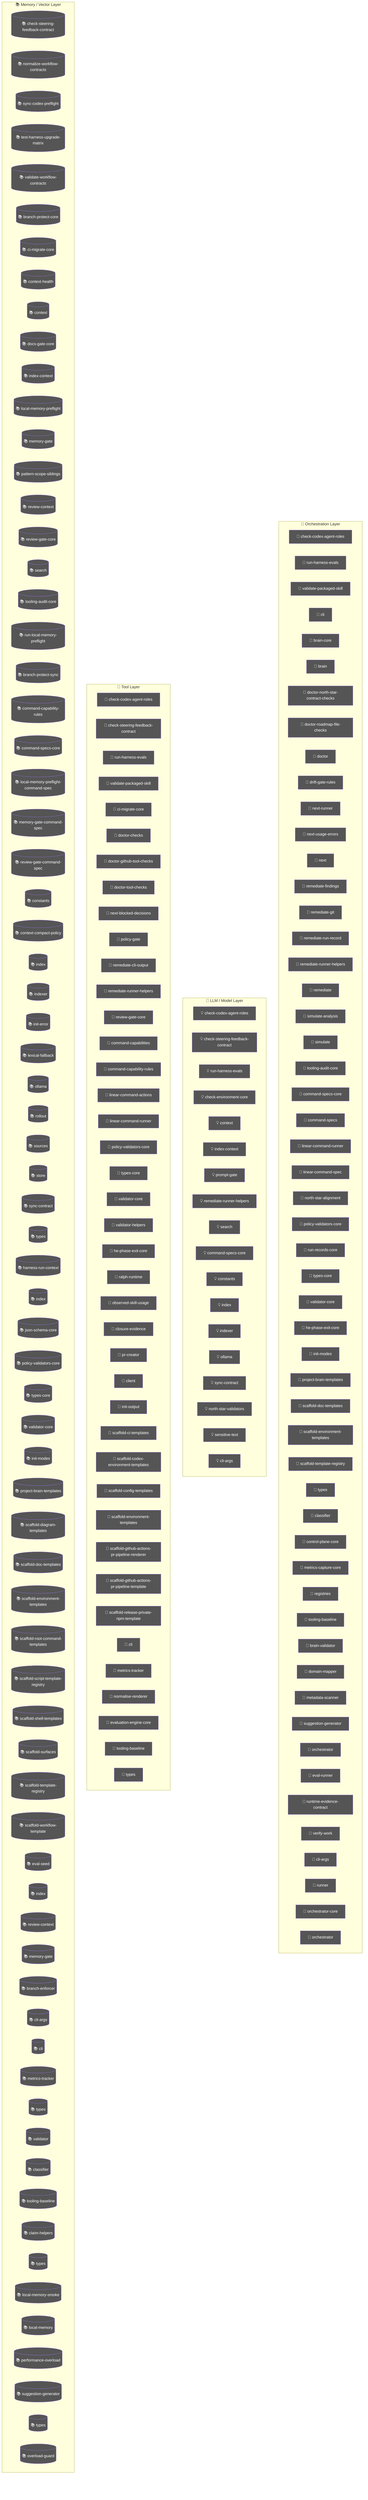
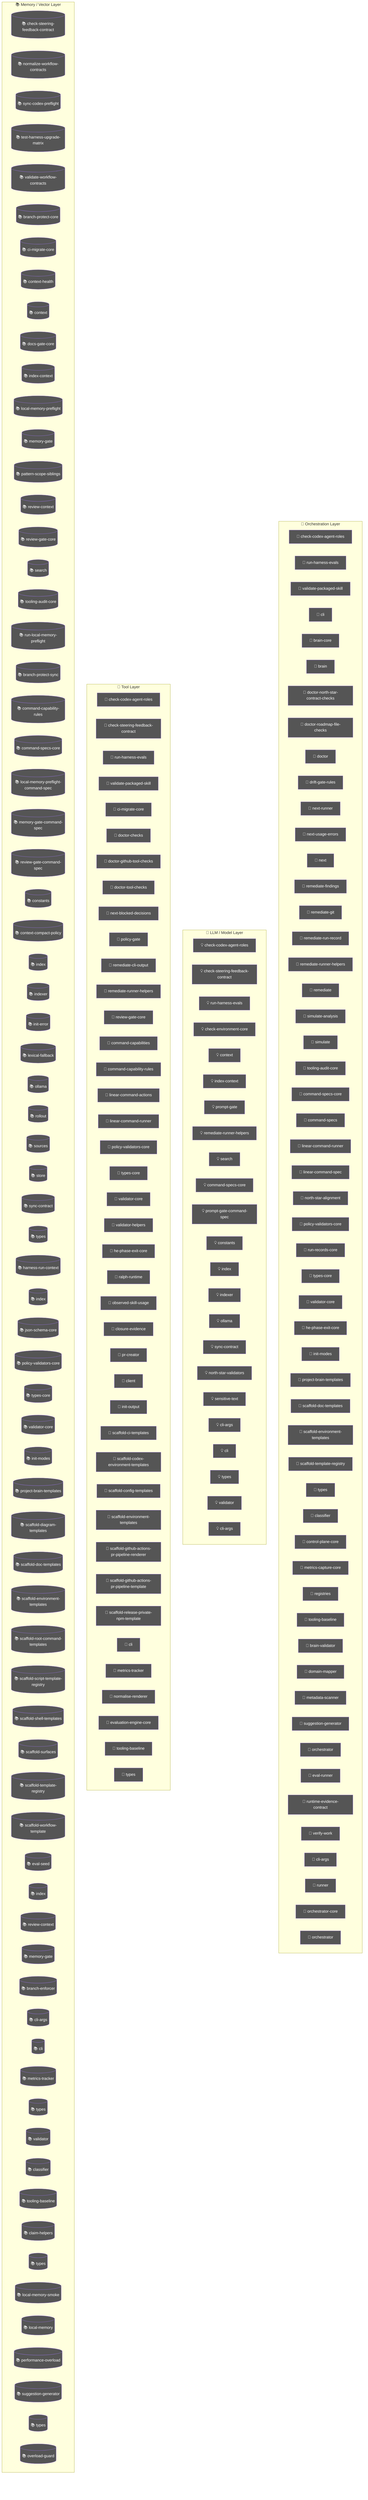
flowchart TD
  subgraph Orchestration["🎯 Orchestration Layer"]
    node_agent_mmd_orchestration_layer_orchestration_chec_7a9f0b64["🤖 check-codex-agent-roles"]
    node_agent_mmd_orchestration_layer_orchestration_run__18817957["🤖 run-harness-evals"]
    node_agent_mmd_orchestration_layer_orchestration_vali_c01b04be["🤖 validate-packaged-skill"]
    cli_99bb8840["🤖 cli"]
    brain_core_aa07c380["🤖 brain-core"]
    brain_bbbf7a64["🤖 brain"]
    doctor_north_star_contract_checks_0048124c["🤖 doctor-north-star-contract-checks"]
    doctor_roadmap_file_checks_14447b8e["🤖 doctor-roadmap-file-checks"]
    doctor_72f4be89["🤖 doctor"]
    drift_gate_rules_9685e72d["🤖 drift-gate-rules"]
    next_runner_41643472["🤖 next-runner"]
    next_usage_errors_837a345a["🤖 next-usage-errors"]
    next_c6c1c9a9["🤖 next"]
    remediate_findings_8b09c8c6["🤖 remediate-findings"]
    remediate_git_58c6f6f4["🤖 remediate-git"]
    remediate_run_record_9dfe5dc1["🤖 remediate-run-record"]
    node_agent_mmd_orchestration_layer_orchestration_reme_359fe98f["🤖 remediate-runner-helpers"]
    remediate_06b9c7fc["🤖 remediate"]
    simulate_analysis_164a460c["🤖 simulate-analysis"]
    simulate_b9efe395["🤖 simulate"]
    node_agent_mmd_orchestration_layer_orchestration_tool_acfe0c01["🤖 tooling-audit-core"]
    node_agent_mmd_orchestration_layer_orchestration_comm_1f8cc24c["🤖 command-specs-core"]
    command_specs_69167c63["🤖 command-specs"]
    node_agent_mmd_orchestration_layer_orchestration_line_b67affd5["🤖 linear-command-runner"]
    linear_command_spec_1e12dd44["🤖 linear-command-spec"]
    north_star_alignment_00440188["🤖 north-star-alignment"]
    node_agent_mmd_orchestration_layer_orchestration_poli_3270b55d["🤖 policy-validators-core"]
    run_records_core_89286dfa["🤖 run-records-core"]
    node_agent_mmd_orchestration_layer_orchestration_type_7cf81261["🤖 types-core"]
    node_agent_mmd_orchestration_layer_orchestration_vali_d9fe99e6["🤖 validator-core"]
    node_agent_mmd_orchestration_layer_orchestration_he_p_fc778c24["🤖 he-phase-exit-core"]
    node_agent_mmd_orchestration_layer_orchestration_init_2a9c3ecb["🤖 init-modes"]
    node_agent_mmd_orchestration_layer_orchestration_proj_6ab6f60f["🤖 project-brain-templates"]
    node_agent_mmd_orchestration_layer_orchestration_scaf_12cc07db["🤖 scaffold-doc-templates"]
    node_agent_mmd_orchestration_layer_orchestration_scaf_c9a90c2f["🤖 scaffold-environment-templates"]
    node_agent_mmd_orchestration_layer_orchestration_scaf_ff8f92f6["🤖 scaffold-template-registry"]
    types_9_1db4641f["🤖 types"]
    node_agent_mmd_orchestration_layer_orchestration_clas_899b821a["🤖 classifier"]
    control_plane_core_db3b4cb2["🤖 control-plane-core"]
    metrics_capture_core_db4bf7cf["🤖 metrics-capture-core"]
    registries_06402afa["🤖 registries"]
    node_agent_mmd_orchestration_layer_orchestration_tool_cc43149f["🤖 tooling-baseline"]
    brain_validator_be251832["🤖 brain-validator"]
    domain_mapper_cd9333d2["🤖 domain-mapper"]
    metadata_scanner_6a101b66["🤖 metadata-scanner"]
    node_agent_mmd_orchestration_layer_orchestration_sugg_85c5ebe3["🤖 suggestion-generator"]
    orchestrator_11376b7e["🤖 orchestrator"]
    eval_runner_0966a6b3["🤖 eval-runner"]
    runtime_evidence_contract_0f7b15b2["🤖 runtime-evidence-contract"]
    verify_work_1_cd8e7ec3["🤖 verify-work"]
-     cli_args_7_16dab031["🤖 cli-args"]
+     cli_args_8_d546936e["🤖 cli-args"]
    runner_527aa9f4["🤖 runner"]
    orchestrator_core_d0678b53["🤖 orchestrator-core"]
    orchestrator_1_6b7137c5["🤖 orchestrator"]
  end
  subgraph LLMLayer["🧠 LLM / Model Layer"]
    node_agent_mmd_llm_model_layer_llmlayer_check_codex_a_29e7b7fa["💡 check-codex-agent-roles"]
    node_agent_mmd_llm_model_layer_llmlayer_check_steerin_a7dbbd2f["💡 check-steering-feedback-contract"]
    node_agent_mmd_llm_model_layer_llmlayer_run_harness_e_603fcfdc["💡 run-harness-evals"]
    check_environment_core_2c16213f["💡 check-environment-core"]
    node_agent_mmd_llm_model_layer_llmlayer_context_conte_ad2dfbd9["💡 context"]
    node_agent_mmd_llm_model_layer_llmlayer_index_context_1041bd11["💡 index-context"]
    prompt_gate_c5e9d207["💡 prompt-gate"]
    node_agent_mmd_llm_model_layer_llmlayer_remediate_run_9e3d4585["💡 remediate-runner-helpers"]
    node_agent_mmd_llm_model_layer_llmlayer_search_search_66b9a911["💡 search"]
    node_agent_mmd_llm_model_layer_llmlayer_command_specs_782af9fa["💡 command-specs-core"]
+     prompt_gate_command_spec_9a941482["💡 prompt-gate-command-spec"]
    node_agent_mmd_llm_model_layer_llmlayer_constants_con_c9bd3f6c["💡 constants"]
    node_agent_mmd_llm_model_layer_llmlayer_index_index_1_02e160ff["💡 index"]
    node_agent_mmd_llm_model_layer_llmlayer_indexer_index_4f4deef5["💡 indexer"]
    node_agent_mmd_llm_model_layer_llmlayer_ollama_ollama_968b23fa["💡 ollama"]
    node_agent_mmd_llm_model_layer_llmlayer_sync_contract_9f3cc8c1["💡 sync-contract"]
    north_star_validators_cfc926ce["💡 north-star-validators"]
    sensitive_text_7c11f760["💡 sensitive-text"]
    cli_args_5_09ea29f0["💡 cli-args"]
+     cli_6_eac72be2["💡 cli"]
+     types_19_eb4ad5f0["💡 types"]
+     validator_6_3688adbf["💡 validator"]
+     cli_args_6_be6244ad["💡 cli-args"]
  end
  subgraph ToolLayer["🔧 Tool Layer"]
    node_agent_mmd_tool_layer_toollayer_check_codex_agent_4b361d5a["🔧 check-codex-agent-roles"]
    node_agent_mmd_tool_layer_toollayer_check_steering_fe_84ed22c2["🔧 check-steering-feedback-contract"]
    node_agent_mmd_tool_layer_toollayer_run_harness_evals_e2ee24f1["🔧 run-harness-evals"]
    node_agent_mmd_tool_layer_toollayer_validate_packaged_f6ed6f12["🔧 validate-packaged-skill"]
    node_agent_mmd_tool_layer_toollayer_ci_migrate_core_c_049f8460["🔧 ci-migrate-core"]
    doctor_checks_5a2eb2b9["🔧 doctor-checks"]
    doctor_github_tool_checks_a53b0382["🔧 doctor-github-tool-checks"]
    doctor_tool_checks_4acac51a["🔧 doctor-tool-checks"]
    next_blocked_decisions_4140ad2b["🔧 next-blocked-decisions"]
    policy_gate_213f7313["🔧 policy-gate"]
    remediate_cli_output_cc165396["🔧 remediate-cli-output"]
    node_agent_mmd_tool_layer_toollayer_remediate_runner__c003b871["🔧 remediate-runner-helpers"]
    node_agent_mmd_tool_layer_toollayer_review_gate_core__7704598b["🔧 review-gate-core"]
    command_capabilities_a4d5c71e["🔧 command-capabilities"]
    node_agent_mmd_tool_layer_toollayer_command_capabilit_e97a4615["🔧 command-capability-rules"]
    linear_command_actions_e430f4f4["🔧 linear-command-actions"]
    node_agent_mmd_tool_layer_toollayer_linear_command_ru_d6763748["🔧 linear-command-runner"]
    node_agent_mmd_tool_layer_toollayer_policy_validators_af136abf["🔧 policy-validators-core"]
    node_agent_mmd_tool_layer_toollayer_types_core_types__6c8319b6["🔧 types-core"]
    node_agent_mmd_tool_layer_toollayer_validator_core_va_6ef6131f["🔧 validator-core"]
    validator_helpers_7b927667["🔧 validator-helpers"]
    node_agent_mmd_tool_layer_toollayer_he_phase_exit_cor_af016160["🔧 he-phase-exit-core"]
    ralph_runtime_73d63c0e["🔧 ralph-runtime"]
    observed_skill_usage_ed7d5930["🔧 observed-skill-usage"]
    closure_evidence_aaa31467["🔧 closure-evidence"]
    pr_creator_dc6b1ea4["🔧 pr-creator"]
    client_948fe603["🔧 client"]
    init_output_360dce91["🔧 init-output"]
    scaffold_ci_templates_2afd6392["🔧 scaffold-ci-templates"]
    scaffold_codex_environment_templates_334fbbed["🔧 scaffold-codex-environment-templates"]
    scaffold_config_templates_4b80ce53["🔧 scaffold-config-templates"]
    node_agent_mmd_tool_layer_toollayer_scaffold_environm_c1afc013["🔧 scaffold-environment-templates"]
    scaffold_github_actions_pr_pipeline_renderer_1ee18de5["🔧 scaffold-github-actions-pr-pipeline-renderer"]
    scaffold_github_actions_pr_pipeline_template_e2b85f62["🔧 scaffold-github-actions-pr-pipeline-template"]
    scaffold_release_private_npm_template_075499f8["🔧 scaffold-release-private-npm-template"]
    node_agent_mmd_tool_layer_toollayer_cli_cli_2_1_32d9eeaf["🔧 cli"]
    node_agent_mmd_tool_layer_toollayer_metrics_tracker_m_4c9237d8["🔧 metrics-tracker"]
    normalise_renderer_85f2e563["🔧 normalise-renderer"]
    evaluation_engine_core_e054fe49["🔧 evaluation-engine-core"]
    node_agent_mmd_tool_layer_toollayer_tooling_baseline__61e66e9f["🔧 tooling-baseline"]
-     types_24_c63dc1a7["🔧 types"]
+     types_25_89d086aa["🔧 types"]
  end
  subgraph MemoryLayer["📚 Memory / Vector Layer"]
    node_agent_mmd_memory_vector_layer_memorylayer_check__d71f8993[("📚 check-steering-feedback-contract")]
    normalize_workflow_contracts_8701f1c8[("📚 normalize-workflow-contracts")]
    sync_codex_preflight_7e7a8dc2[("📚 sync-codex-preflight")]
    test_harness_upgrade_matrix_84113c4e[("📚 test-harness-upgrade-matrix")]
    validate_workflow_contracts_33dc063c[("📚 validate-workflow-contracts")]
    branch_protect_core_a8feb0fd[("📚 branch-protect-core")]
    node_agent_mmd_memory_vector_layer_memorylayer_ci_mig_0cd5b1a4[("📚 ci-migrate-core")]
    context_health_80bb7da9[("📚 context-health")]
    node_agent_mmd_memory_vector_layer_memorylayer_contex_78ceaaa9[("📚 context")]
    docs_gate_core_eb9b6c18[("📚 docs-gate-core")]
    node_agent_mmd_memory_vector_layer_memorylayer_index__6f3402d0[("📚 index-context")]
    local_memory_preflight_dcc36c42[("📚 local-memory-preflight")]
    memory_gate_a577a506[("📚 memory-gate")]
    pattern_scope_siblings_43abe000[("📚 pattern-scope-siblings")]
    review_context_ca6cf81d[("📚 review-context")]
    node_agent_mmd_memory_vector_layer_memorylayer_review_5bee9816[("📚 review-gate-core")]
    node_agent_mmd_memory_vector_layer_memorylayer_search_ac35cb7e[("📚 search")]
    node_agent_mmd_memory_vector_layer_memorylayer_toolin_a1185b8f[("📚 tooling-audit-core")]
    run_local_memory_preflight_36e92808[("📚 run-local-memory-preflight")]
    branch_protect_sync_570adb18[("📚 branch-protect-sync")]
    node_agent_mmd_memory_vector_layer_memorylayer_comman_c72a5d05[("📚 command-capability-rules")]
    node_agent_mmd_memory_vector_layer_memorylayer_comman_111eb454[("📚 command-specs-core")]
    local_memory_preflight_command_spec_9e23f3ce[("📚 local-memory-preflight-command-spec")]
    memory_gate_command_spec_dc9001a9[("📚 memory-gate-command-spec")]
    review_gate_command_spec_3187376a[("📚 review-gate-command-spec")]
    node_agent_mmd_memory_vector_layer_memorylayer_consta_702d3f46[("📚 constants")]
    context_compact_policy_3dcaf95d[("📚 context-compact-policy")]
    node_agent_mmd_memory_vector_layer_memorylayer_index__752bc61e[("📚 index")]
    node_agent_mmd_memory_vector_layer_memorylayer_indexe_93e6d86f[("📚 indexer")]
    init_error_5c7dd49f[("📚 init-error")]
    lexical_fallback_723e2b3e[("📚 lexical-fallback")]
    node_agent_mmd_memory_vector_layer_memorylayer_ollama_6d51be16[("📚 ollama")]
    rollout_a4fa034c[("📚 rollout")]
    sources_878a52fc[("📚 sources")]
    store_824d80d7[("📚 store")]
    node_agent_mmd_memory_vector_layer_memorylayer_sync_c_e43418bc[("📚 sync-contract")]
    types_4_822d0f88[("📚 types")]
    harness_run_context_ac7c77a9[("📚 harness-run-context")]
    index_1_faebc14e[("📚 index")]
    json_schema_core_96d7e328[("📚 json-schema-core")]
    node_agent_mmd_memory_vector_layer_memorylayer_policy_1944de42[("📚 policy-validators-core")]
    node_agent_mmd_memory_vector_layer_memorylayer_types__83f369fa[("📚 types-core")]
    node_agent_mmd_memory_vector_layer_memorylayer_valida_41034356[("📚 validator-core")]
    node_agent_mmd_memory_vector_layer_memorylayer_init_m_333d02c5[("📚 init-modes")]
    node_agent_mmd_memory_vector_layer_memorylayer_projec_3ae304d9[("📚 project-brain-templates")]
    scaffold_diagram_templates_dd88e83c[("📚 scaffold-diagram-templates")]
    node_agent_mmd_memory_vector_layer_memorylayer_scaffo_5fd73b94[("📚 scaffold-doc-templates")]
    node_agent_mmd_memory_vector_layer_memorylayer_scaffo_12b42341[("📚 scaffold-environment-templates")]
    scaffold_root_command_templates_404fed7f[("📚 scaffold-root-command-templates")]
    scaffold_script_template_registry_69312d4e[("📚 scaffold-script-template-registry")]
    scaffold_shell_templates_0ad0f915[("📚 scaffold-shell-templates")]
    scaffold_surfaces_12d6494e[("📚 scaffold-surfaces")]
    node_agent_mmd_memory_vector_layer_memorylayer_scaffo_a86eece1[("📚 scaffold-template-registry")]
    scaffold_workflow_template_92310587[("📚 scaffold-workflow-template")]
    eval_seed_5699fd3e[("📚 eval-seed")]
    index_4_013aa0e3[("📚 index")]
    review_context_1_e3afed15[("📚 review-context")]
    memory_gate_1_265164ac[("📚 memory-gate")]
    branch_enforcer_acb749cd[("📚 branch-enforcer")]
    cli_args_2_81c58cf7[("📚 cli-args")]
    node_agent_mmd_memory_vector_layer_memorylayer_cli_cl_1f1f89ab[("📚 cli")]
    node_agent_mmd_memory_vector_layer_memorylayer_metric_12562178[("📚 metrics-tracker")]
    types_11_4be3ee64[("📚 types")]
    validator_4_5180cf23[("📚 validator")]
    node_agent_mmd_memory_vector_layer_memorylayer_classi_1ebbf5ff[("📚 classifier")]
    node_agent_mmd_memory_vector_layer_memorylayer_toolin_14f86b00[("📚 tooling-baseline")]
    claim_helpers_20dc8387[("📚 claim-helpers")]
    types_16_0fae1112[("📚 types")]
    local_memory_smoke_1175abfc[("📚 local-memory-smoke")]
    local_memory_0db17ecc[("📚 local-memory")]
    performance_overload_c685bfcf[("📚 performance-overload")]
    node_agent_mmd_memory_vector_layer_memorylayer_sugges_267f408d[("📚 suggestion-generator")]
-     types_22_f3cf4a73[("📚 types")]
+     types_23_4352ee2e[("📚 types")]
    overload_guard_2748c559[("📚 overload-guard")]
  end
  classDef agentNode fill:#555,color:#fff
-   class node_agent_mmd_orchestration_layer_orchestration_chec_7a9f0b64,node_agent_mmd_llm_model_layer_llmlayer_check_codex_a_29e7b7fa,node_agent_mmd_tool_layer_toollayer_check_codex_agent_4b361d5a,node_agent_mmd_orchestration_layer_orchestration_run__18817957,node_agent_mmd_llm_model_layer_llmlayer_run_harness_e_603fcfdc,node_agent_mmd_tool_layer_toollayer_run_harness_evals_e2ee24f1,node_agent_mmd_orchestration_layer_orchestration_vali_c01b04be,node_agent_mmd_tool_layer_toollayer_validate_packaged_f6ed6f12,cli_99bb8840,brain_core_aa07c380,brain_bbbf7a64,doctor_north_star_contract_checks_0048124c,doctor_roadmap_file_checks_14447b8e,doctor_72f4be89,drift_gate_rules_9685e72d,next_runner_41643472,next_usage_errors_837a345a,next_c6c1c9a9,remediate_findings_8b09c8c6,remediate_git_58c6f6f4,remediate_run_record_9dfe5dc1,node_agent_mmd_orchestration_layer_orchestration_reme_359fe98f,node_agent_mmd_llm_model_layer_llmlayer_remediate_run_9e3d4585,node_agent_mmd_tool_layer_toollayer_remediate_runner__c003b871,remediate_06b9c7fc,simulate_analysis_164a460c,simulate_b9efe395,node_agent_mmd_orchestration_layer_orchestration_tool_acfe0c01,node_agent_mmd_memory_vector_layer_memorylayer_toolin_a1185b8f,node_agent_mmd_orchestration_layer_orchestration_comm_1f8cc24c,node_agent_mmd_llm_model_layer_llmlayer_command_specs_782af9fa,node_agent_mmd_memory_vector_layer_memorylayer_comman_111eb454,command_specs_69167c63,node_agent_mmd_orchestration_layer_orchestration_line_b67affd5,node_agent_mmd_tool_layer_toollayer_linear_command_ru_d6763748,linear_command_spec_1e12dd44,north_star_alignment_00440188,node_agent_mmd_orchestration_layer_orchestration_poli_3270b55d,node_agent_mmd_tool_layer_toollayer_policy_validators_af136abf,node_agent_mmd_memory_vector_layer_memorylayer_policy_1944de42,run_records_core_89286dfa,node_agent_mmd_orchestration_layer_orchestration_type_7cf81261,node_agent_mmd_tool_layer_toollayer_types_core_types__6c8319b6,node_agent_mmd_memory_vector_layer_memorylayer_types__83f369fa,node_agent_mmd_orchestration_layer_orchestration_vali_d9fe99e6,node_agent_mmd_tool_layer_toollayer_validator_core_va_6ef6131f,node_agent_mmd_memory_vector_layer_memorylayer_valida_41034356,node_agent_mmd_orchestration_layer_orchestration_he_p_fc778c24,node_agent_mmd_tool_layer_toollayer_he_phase_exit_cor_af016160,node_agent_mmd_orchestration_layer_orchestration_init_2a9c3ecb,node_agent_mmd_memory_vector_layer_memorylayer_init_m_333d02c5,node_agent_mmd_orchestration_layer_orchestration_proj_6ab6f60f,node_agent_mmd_memory_vector_layer_memorylayer_projec_3ae304d9,node_agent_mmd_orchestration_layer_orchestration_scaf_12cc07db,node_agent_mmd_memory_vector_layer_memorylayer_scaffo_5fd73b94,node_agent_mmd_orchestration_layer_orchestration_scaf_c9a90c2f,node_agent_mmd_tool_layer_toollayer_scaffold_environm_c1afc013,node_agent_mmd_memory_vector_layer_memorylayer_scaffo_12b42341,node_agent_mmd_orchestration_layer_orchestration_scaf_ff8f92f6,node_agent_mmd_memory_vector_layer_memorylayer_scaffo_a86eece1,types_9_1db4641f,node_agent_mmd_orchestration_layer_orchestration_clas_899b821a,node_agent_mmd_memory_vector_layer_memorylayer_classi_1ebbf5ff,control_plane_core_db3b4cb2,metrics_capture_core_db4bf7cf,registries_06402afa,node_agent_mmd_orchestration_layer_orchestration_tool_cc43149f,node_agent_mmd_tool_layer_toollayer_tooling_baseline__61e66e9f,node_agent_mmd_memory_vector_layer_memorylayer_toolin_14f86b00,brain_validator_be251832,domain_mapper_cd9333d2,metadata_scanner_6a101b66,node_agent_mmd_orchestration_layer_orchestration_sugg_85c5ebe3,node_agent_mmd_memory_vector_layer_memorylayer_sugges_267f408d,orchestrator_11376b7e,eval_runner_0966a6b3,runtime_evidence_contract_0f7b15b2,verify_work_1_cd8e7ec3,cli_args_7_16dab031,runner_527aa9f4,orchestrator_core_d0678b53,orchestrator_1_6b7137c5 agentNode
+   class node_agent_mmd_orchestration_layer_orchestration_chec_7a9f0b64,node_agent_mmd_llm_model_layer_llmlayer_check_codex_a_29e7b7fa,node_agent_mmd_tool_layer_toollayer_check_codex_agent_4b361d5a,node_agent_mmd_orchestration_layer_orchestration_run__18817957,node_agent_mmd_llm_model_layer_llmlayer_run_harness_e_603fcfdc,node_agent_mmd_tool_layer_toollayer_run_harness_evals_e2ee24f1,node_agent_mmd_orchestration_layer_orchestration_vali_c01b04be,node_agent_mmd_tool_layer_toollayer_validate_packaged_f6ed6f12,cli_99bb8840,brain_core_aa07c380,brain_bbbf7a64,doctor_north_star_contract_checks_0048124c,doctor_roadmap_file_checks_14447b8e,doctor_72f4be89,drift_gate_rules_9685e72d,next_runner_41643472,next_usage_errors_837a345a,next_c6c1c9a9,remediate_findings_8b09c8c6,remediate_git_58c6f6f4,remediate_run_record_9dfe5dc1,node_agent_mmd_orchestration_layer_orchestration_reme_359fe98f,node_agent_mmd_llm_model_layer_llmlayer_remediate_run_9e3d4585,node_agent_mmd_tool_layer_toollayer_remediate_runner__c003b871,remediate_06b9c7fc,simulate_analysis_164a460c,simulate_b9efe395,node_agent_mmd_orchestration_layer_orchestration_tool_acfe0c01,node_agent_mmd_memory_vector_layer_memorylayer_toolin_a1185b8f,node_agent_mmd_orchestration_layer_orchestration_comm_1f8cc24c,node_agent_mmd_llm_model_layer_llmlayer_command_specs_782af9fa,node_agent_mmd_memory_vector_layer_memorylayer_comman_111eb454,command_specs_69167c63,node_agent_mmd_orchestration_layer_orchestration_line_b67affd5,node_agent_mmd_tool_layer_toollayer_linear_command_ru_d6763748,linear_command_spec_1e12dd44,north_star_alignment_00440188,node_agent_mmd_orchestration_layer_orchestration_poli_3270b55d,node_agent_mmd_tool_layer_toollayer_policy_validators_af136abf,node_agent_mmd_memory_vector_layer_memorylayer_policy_1944de42,run_records_core_89286dfa,node_agent_mmd_orchestration_layer_orchestration_type_7cf81261,node_agent_mmd_tool_layer_toollayer_types_core_types__6c8319b6,node_agent_mmd_memory_vector_layer_memorylayer_types__83f369fa,node_agent_mmd_orchestration_layer_orchestration_vali_d9fe99e6,node_agent_mmd_tool_layer_toollayer_validator_core_va_6ef6131f,node_agent_mmd_memory_vector_layer_memorylayer_valida_41034356,node_agent_mmd_orchestration_layer_orchestration_he_p_fc778c24,node_agent_mmd_tool_layer_toollayer_he_phase_exit_cor_af016160,node_agent_mmd_orchestration_layer_orchestration_init_2a9c3ecb,node_agent_mmd_memory_vector_layer_memorylayer_init_m_333d02c5,node_agent_mmd_orchestration_layer_orchestration_proj_6ab6f60f,node_agent_mmd_memory_vector_layer_memorylayer_projec_3ae304d9,node_agent_mmd_orchestration_layer_orchestration_scaf_12cc07db,node_agent_mmd_memory_vector_layer_memorylayer_scaffo_5fd73b94,node_agent_mmd_orchestration_layer_orchestration_scaf_c9a90c2f,node_agent_mmd_tool_layer_toollayer_scaffold_environm_c1afc013,node_agent_mmd_memory_vector_layer_memorylayer_scaffo_12b42341,node_agent_mmd_orchestration_layer_orchestration_scaf_ff8f92f6,node_agent_mmd_memory_vector_layer_memorylayer_scaffo_a86eece1,types_9_1db4641f,node_agent_mmd_orchestration_layer_orchestration_clas_899b821a,node_agent_mmd_memory_vector_layer_memorylayer_classi_1ebbf5ff,control_plane_core_db3b4cb2,metrics_capture_core_db4bf7cf,registries_06402afa,node_agent_mmd_orchestration_layer_orchestration_tool_cc43149f,node_agent_mmd_tool_layer_toollayer_tooling_baseline__61e66e9f,node_agent_mmd_memory_vector_layer_memorylayer_toolin_14f86b00,brain_validator_be251832,domain_mapper_cd9333d2,metadata_scanner_6a101b66,node_agent_mmd_orchestration_layer_orchestration_sugg_85c5ebe3,node_agent_mmd_memory_vector_layer_memorylayer_sugges_267f408d,orchestrator_11376b7e,eval_runner_0966a6b3,runtime_evidence_contract_0f7b15b2,verify_work_1_cd8e7ec3,cli_args_8_d546936e,runner_527aa9f4,orchestrator_core_d0678b53,orchestrator_1_6b7137c5 agentNode
  classDef llmNode fill:#555,color:#fff
-   class node_agent_mmd_orchestration_layer_orchestration_chec_7a9f0b64,node_agent_mmd_llm_model_layer_llmlayer_check_codex_a_29e7b7fa,node_agent_mmd_tool_layer_toollayer_check_codex_agent_4b361d5a,node_agent_mmd_llm_model_layer_llmlayer_check_steerin_a7dbbd2f,node_agent_mmd_tool_layer_toollayer_check_steering_fe_84ed22c2,node_agent_mmd_memory_vector_layer_memorylayer_check__d71f8993,node_agent_mmd_orchestration_layer_orchestration_run__18817957,node_agent_mmd_llm_model_layer_llmlayer_run_harness_e_603fcfdc,node_agent_mmd_tool_layer_toollayer_run_harness_evals_e2ee24f1,check_environment_core_2c16213f,node_agent_mmd_llm_model_layer_llmlayer_context_conte_ad2dfbd9,node_agent_mmd_memory_vector_layer_memorylayer_contex_78ceaaa9,node_agent_mmd_llm_model_layer_llmlayer_index_context_1041bd11,node_agent_mmd_memory_vector_layer_memorylayer_index__6f3402d0,prompt_gate_c5e9d207,node_agent_mmd_orchestration_layer_orchestration_reme_359fe98f,node_agent_mmd_llm_model_layer_llmlayer_remediate_run_9e3d4585,node_agent_mmd_tool_layer_toollayer_remediate_runner__c003b871,node_agent_mmd_llm_model_layer_llmlayer_search_search_66b9a911,node_agent_mmd_memory_vector_layer_memorylayer_search_ac35cb7e,node_agent_mmd_orchestration_layer_orchestration_comm_1f8cc24c,node_agent_mmd_llm_model_layer_llmlayer_command_specs_782af9fa,node_agent_mmd_memory_vector_layer_memorylayer_comman_111eb454,node_agent_mmd_llm_model_layer_llmlayer_constants_con_c9bd3f6c,node_agent_mmd_memory_vector_layer_memorylayer_consta_702d3f46,node_agent_mmd_llm_model_layer_llmlayer_index_index_1_02e160ff,node_agent_mmd_memory_vector_layer_memorylayer_index__752bc61e,node_agent_mmd_llm_model_layer_llmlayer_indexer_index_4f4deef5,node_agent_mmd_memory_vector_layer_memorylayer_indexe_93e6d86f,node_agent_mmd_llm_model_layer_llmlayer_ollama_ollama_968b23fa,node_agent_mmd_memory_vector_layer_memorylayer_ollama_6d51be16,node_agent_mmd_llm_model_layer_llmlayer_sync_contract_9f3cc8c1,node_agent_mmd_memory_vector_layer_memorylayer_sync_c_e43418bc,north_star_validators_cfc926ce,sensitive_text_7c11f760,cli_args_5_09ea29f0 llmNode
+   class node_agent_mmd_orchestration_layer_orchestration_chec_7a9f0b64,node_agent_mmd_llm_model_layer_llmlayer_check_codex_a_29e7b7fa,node_agent_mmd_tool_layer_toollayer_check_codex_agent_4b361d5a,node_agent_mmd_llm_model_layer_llmlayer_check_steerin_a7dbbd2f,node_agent_mmd_tool_layer_toollayer_check_steering_fe_84ed22c2,node_agent_mmd_memory_vector_layer_memorylayer_check__d71f8993,node_agent_mmd_orchestration_layer_orchestration_run__18817957,node_agent_mmd_llm_model_layer_llmlayer_run_harness_e_603fcfdc,node_agent_mmd_tool_layer_toollayer_run_harness_evals_e2ee24f1,check_environment_core_2c16213f,node_agent_mmd_llm_model_layer_llmlayer_context_conte_ad2dfbd9,node_agent_mmd_memory_vector_layer_memorylayer_contex_78ceaaa9,node_agent_mmd_llm_model_layer_llmlayer_index_context_1041bd11,node_agent_mmd_memory_vector_layer_memorylayer_index__6f3402d0,prompt_gate_c5e9d207,node_agent_mmd_orchestration_layer_orchestration_reme_359fe98f,node_agent_mmd_llm_model_layer_llmlayer_remediate_run_9e3d4585,node_agent_mmd_tool_layer_toollayer_remediate_runner__c003b871,node_agent_mmd_llm_model_layer_llmlayer_search_search_66b9a911,node_agent_mmd_memory_vector_layer_memorylayer_search_ac35cb7e,node_agent_mmd_orchestration_layer_orchestration_comm_1f8cc24c,node_agent_mmd_llm_model_layer_llmlayer_command_specs_782af9fa,node_agent_mmd_memory_vector_layer_memorylayer_comman_111eb454,prompt_gate_command_spec_9a941482,node_agent_mmd_llm_model_layer_llmlayer_constants_con_c9bd3f6c,node_agent_mmd_memory_vector_layer_memorylayer_consta_702d3f46,node_agent_mmd_llm_model_layer_llmlayer_index_index_1_02e160ff,node_agent_mmd_memory_vector_layer_memorylayer_index__752bc61e,node_agent_mmd_llm_model_layer_llmlayer_indexer_index_4f4deef5,node_agent_mmd_memory_vector_layer_memorylayer_indexe_93e6d86f,node_agent_mmd_llm_model_layer_llmlayer_ollama_ollama_968b23fa,node_agent_mmd_memory_vector_layer_memorylayer_ollama_6d51be16,node_agent_mmd_llm_model_layer_llmlayer_sync_contract_9f3cc8c1,node_agent_mmd_memory_vector_layer_memorylayer_sync_c_e43418bc,north_star_validators_cfc926ce,sensitive_text_7c11f760,cli_args_5_09ea29f0,cli_6_eac72be2,types_19_eb4ad5f0,validator_6_3688adbf,cli_args_6_be6244ad llmNode
  classDef toolNode fill:#555,color:#fff
-   class node_agent_mmd_orchestration_layer_orchestration_chec_7a9f0b64,node_agent_mmd_llm_model_layer_llmlayer_check_codex_a_29e7b7fa,node_agent_mmd_tool_layer_toollayer_check_codex_agent_4b361d5a,node_agent_mmd_llm_model_layer_llmlayer_check_steerin_a7dbbd2f,node_agent_mmd_tool_layer_toollayer_check_steering_fe_84ed22c2,node_agent_mmd_memory_vector_layer_memorylayer_check__d71f8993,node_agent_mmd_orchestration_layer_orchestration_run__18817957,node_agent_mmd_llm_model_layer_llmlayer_run_harness_e_603fcfdc,node_agent_mmd_tool_layer_toollayer_run_harness_evals_e2ee24f1,node_agent_mmd_orchestration_layer_orchestration_vali_c01b04be,node_agent_mmd_tool_layer_toollayer_validate_packaged_f6ed6f12,node_agent_mmd_tool_layer_toollayer_ci_migrate_core_c_049f8460,node_agent_mmd_memory_vector_layer_memorylayer_ci_mig_0cd5b1a4,doctor_checks_5a2eb2b9,doctor_github_tool_checks_a53b0382,doctor_tool_checks_4acac51a,next_blocked_decisions_4140ad2b,policy_gate_213f7313,remediate_cli_output_cc165396,node_agent_mmd_orchestration_layer_orchestration_reme_359fe98f,node_agent_mmd_llm_model_layer_llmlayer_remediate_run_9e3d4585,node_agent_mmd_tool_layer_toollayer_remediate_runner__c003b871,node_agent_mmd_tool_layer_toollayer_review_gate_core__7704598b,node_agent_mmd_memory_vector_layer_memorylayer_review_5bee9816,command_capabilities_a4d5c71e,node_agent_mmd_tool_layer_toollayer_command_capabilit_e97a4615,node_agent_mmd_memory_vector_layer_memorylayer_comman_c72a5d05,linear_command_actions_e430f4f4,node_agent_mmd_orchestration_layer_orchestration_line_b67affd5,node_agent_mmd_tool_layer_toollayer_linear_command_ru_d6763748,node_agent_mmd_orchestration_layer_orchestration_poli_3270b55d,node_agent_mmd_tool_layer_toollayer_policy_validators_af136abf,node_agent_mmd_memory_vector_layer_memorylayer_policy_1944de42,node_agent_mmd_orchestration_layer_orchestration_type_7cf81261,node_agent_mmd_tool_layer_toollayer_types_core_types__6c8319b6,node_agent_mmd_memory_vector_layer_memorylayer_types__83f369fa,node_agent_mmd_orchestration_layer_orchestration_vali_d9fe99e6,node_agent_mmd_tool_layer_toollayer_validator_core_va_6ef6131f,node_agent_mmd_memory_vector_layer_memorylayer_valida_41034356,validator_helpers_7b927667,node_agent_mmd_orchestration_layer_orchestration_he_p_fc778c24,node_agent_mmd_tool_layer_toollayer_he_phase_exit_cor_af016160,ralph_runtime_73d63c0e,observed_skill_usage_ed7d5930,closure_evidence_aaa31467,pr_creator_dc6b1ea4,client_948fe603,init_output_360dce91,scaffold_ci_templates_2afd6392,scaffold_codex_environment_templates_334fbbed,scaffold_config_templates_4b80ce53,node_agent_mmd_orchestration_layer_orchestration_scaf_c9a90c2f,node_agent_mmd_tool_layer_toollayer_scaffold_environm_c1afc013,node_agent_mmd_memory_vector_layer_memorylayer_scaffo_12b42341,scaffold_github_actions_pr_pipeline_renderer_1ee18de5,scaffold_github_actions_pr_pipeline_template_e2b85f62,scaffold_release_private_npm_template_075499f8,node_agent_mmd_tool_layer_toollayer_cli_cli_2_1_32d9eeaf,node_agent_mmd_memory_vector_layer_memorylayer_cli_cl_1f1f89ab,node_agent_mmd_tool_layer_toollayer_metrics_tracker_m_4c9237d8,node_agent_mmd_memory_vector_layer_memorylayer_metric_12562178,normalise_renderer_85f2e563,evaluation_engine_core_e054fe49,node_agent_mmd_orchestration_layer_orchestration_tool_cc43149f,node_agent_mmd_tool_layer_toollayer_tooling_baseline__61e66e9f,node_agent_mmd_memory_vector_layer_memorylayer_toolin_14f86b00,types_24_c63dc1a7 toolNode
+   class node_agent_mmd_orchestration_layer_orchestration_chec_7a9f0b64,node_agent_mmd_llm_model_layer_llmlayer_check_codex_a_29e7b7fa,node_agent_mmd_tool_layer_toollayer_check_codex_agent_4b361d5a,node_agent_mmd_llm_model_layer_llmlayer_check_steerin_a7dbbd2f,node_agent_mmd_tool_layer_toollayer_check_steering_fe_84ed22c2,node_agent_mmd_memory_vector_layer_memorylayer_check__d71f8993,node_agent_mmd_orchestration_layer_orchestration_run__18817957,node_agent_mmd_llm_model_layer_llmlayer_run_harness_e_603fcfdc,node_agent_mmd_tool_layer_toollayer_run_harness_evals_e2ee24f1,node_agent_mmd_orchestration_layer_orchestration_vali_c01b04be,node_agent_mmd_tool_layer_toollayer_validate_packaged_f6ed6f12,node_agent_mmd_tool_layer_toollayer_ci_migrate_core_c_049f8460,node_agent_mmd_memory_vector_layer_memorylayer_ci_mig_0cd5b1a4,doctor_checks_5a2eb2b9,doctor_github_tool_checks_a53b0382,doctor_tool_checks_4acac51a,next_blocked_decisions_4140ad2b,policy_gate_213f7313,remediate_cli_output_cc165396,node_agent_mmd_orchestration_layer_orchestration_reme_359fe98f,node_agent_mmd_llm_model_layer_llmlayer_remediate_run_9e3d4585,node_agent_mmd_tool_layer_toollayer_remediate_runner__c003b871,node_agent_mmd_tool_layer_toollayer_review_gate_core__7704598b,node_agent_mmd_memory_vector_layer_memorylayer_review_5bee9816,command_capabilities_a4d5c71e,node_agent_mmd_tool_layer_toollayer_command_capabilit_e97a4615,node_agent_mmd_memory_vector_layer_memorylayer_comman_c72a5d05,linear_command_actions_e430f4f4,node_agent_mmd_orchestration_layer_orchestration_line_b67affd5,node_agent_mmd_tool_layer_toollayer_linear_command_ru_d6763748,node_agent_mmd_orchestration_layer_orchestration_poli_3270b55d,node_agent_mmd_tool_layer_toollayer_policy_validators_af136abf,node_agent_mmd_memory_vector_layer_memorylayer_policy_1944de42,node_agent_mmd_orchestration_layer_orchestration_type_7cf81261,node_agent_mmd_tool_layer_toollayer_types_core_types__6c8319b6,node_agent_mmd_memory_vector_layer_memorylayer_types__83f369fa,node_agent_mmd_orchestration_layer_orchestration_vali_d9fe99e6,node_agent_mmd_tool_layer_toollayer_validator_core_va_6ef6131f,node_agent_mmd_memory_vector_layer_memorylayer_valida_41034356,validator_helpers_7b927667,node_agent_mmd_orchestration_layer_orchestration_he_p_fc778c24,node_agent_mmd_tool_layer_toollayer_he_phase_exit_cor_af016160,ralph_runtime_73d63c0e,observed_skill_usage_ed7d5930,closure_evidence_aaa31467,pr_creator_dc6b1ea4,client_948fe603,init_output_360dce91,scaffold_ci_templates_2afd6392,scaffold_codex_environment_templates_334fbbed,scaffold_config_templates_4b80ce53,node_agent_mmd_orchestration_layer_orchestration_scaf_c9a90c2f,node_agent_mmd_tool_layer_toollayer_scaffold_environm_c1afc013,node_agent_mmd_memory_vector_layer_memorylayer_scaffo_12b42341,scaffold_github_actions_pr_pipeline_renderer_1ee18de5,scaffold_github_actions_pr_pipeline_template_e2b85f62,scaffold_release_private_npm_template_075499f8,node_agent_mmd_tool_layer_toollayer_cli_cli_2_1_32d9eeaf,node_agent_mmd_memory_vector_layer_memorylayer_cli_cl_1f1f89ab,node_agent_mmd_tool_layer_toollayer_metrics_tracker_m_4c9237d8,node_agent_mmd_memory_vector_layer_memorylayer_metric_12562178,normalise_renderer_85f2e563,evaluation_engine_core_e054fe49,node_agent_mmd_orchestration_layer_orchestration_tool_cc43149f,node_agent_mmd_tool_layer_toollayer_tooling_baseline__61e66e9f,node_agent_mmd_memory_vector_layer_memorylayer_toolin_14f86b00,types_25_89d086aa toolNode
  classDef memNode fill:#555,color:#fff
-   class node_agent_mmd_llm_model_layer_llmlayer_check_steerin_a7dbbd2f,node_agent_mmd_tool_layer_toollayer_check_steering_fe_84ed22c2,node_agent_mmd_memory_vector_layer_memorylayer_check__d71f8993,normalize_workflow_contracts_8701f1c8,sync_codex_preflight_7e7a8dc2,test_harness_upgrade_matrix_84113c4e,validate_workflow_contracts_33dc063c,branch_protect_core_a8feb0fd,node_agent_mmd_tool_layer_toollayer_ci_migrate_core_c_049f8460,node_agent_mmd_memory_vector_layer_memorylayer_ci_mig_0cd5b1a4,context_health_80bb7da9,node_agent_mmd_llm_model_layer_llmlayer_context_conte_ad2dfbd9,node_agent_mmd_memory_vector_layer_memorylayer_contex_78ceaaa9,docs_gate_core_eb9b6c18,node_agent_mmd_llm_model_layer_llmlayer_index_context_1041bd11,node_agent_mmd_memory_vector_layer_memorylayer_index__6f3402d0,local_memory_preflight_dcc36c42,memory_gate_a577a506,pattern_scope_siblings_43abe000,review_context_ca6cf81d,node_agent_mmd_tool_layer_toollayer_review_gate_core__7704598b,node_agent_mmd_memory_vector_layer_memorylayer_review_5bee9816,node_agent_mmd_llm_model_layer_llmlayer_search_search_66b9a911,node_agent_mmd_memory_vector_layer_memorylayer_search_ac35cb7e,node_agent_mmd_orchestration_layer_orchestration_tool_acfe0c01,node_agent_mmd_memory_vector_layer_memorylayer_toolin_a1185b8f,run_local_memory_preflight_36e92808,branch_protect_sync_570adb18,node_agent_mmd_tool_layer_toollayer_command_capabilit_e97a4615,node_agent_mmd_memory_vector_layer_memorylayer_comman_c72a5d05,node_agent_mmd_orchestration_layer_orchestration_comm_1f8cc24c,node_agent_mmd_llm_model_layer_llmlayer_command_specs_782af9fa,node_agent_mmd_memory_vector_layer_memorylayer_comman_111eb454,local_memory_preflight_command_spec_9e23f3ce,memory_gate_command_spec_dc9001a9,review_gate_command_spec_3187376a,node_agent_mmd_llm_model_layer_llmlayer_constants_con_c9bd3f6c,node_agent_mmd_memory_vector_layer_memorylayer_consta_702d3f46,context_compact_policy_3dcaf95d,node_agent_mmd_llm_model_layer_llmlayer_index_index_1_02e160ff,node_agent_mmd_memory_vector_layer_memorylayer_index__752bc61e,node_agent_mmd_llm_model_layer_llmlayer_indexer_index_4f4deef5,node_agent_mmd_memory_vector_layer_memorylayer_indexe_93e6d86f,init_error_5c7dd49f,lexical_fallback_723e2b3e,node_agent_mmd_llm_model_layer_llmlayer_ollama_ollama_968b23fa,node_agent_mmd_memory_vector_layer_memorylayer_ollama_6d51be16,rollout_a4fa034c,sources_878a52fc,store_824d80d7,node_agent_mmd_llm_model_layer_llmlayer_sync_contract_9f3cc8c1,node_agent_mmd_memory_vector_layer_memorylayer_sync_c_e43418bc,types_4_822d0f88,harness_run_context_ac7c77a9,index_1_faebc14e,json_schema_core_96d7e328,node_agent_mmd_orchestration_layer_orchestration_poli_3270b55d,node_agent_mmd_tool_layer_toollayer_policy_validators_af136abf,node_agent_mmd_memory_vector_layer_memorylayer_policy_1944de42,node_agent_mmd_orchestration_layer_orchestration_type_7cf81261,node_agent_mmd_tool_layer_toollayer_types_core_types__6c8319b6,node_agent_mmd_memory_vector_layer_memorylayer_types__83f369fa,node_agent_mmd_orchestration_layer_orchestration_vali_d9fe99e6,node_agent_mmd_tool_layer_toollayer_validator_core_va_6ef6131f,node_agent_mmd_memory_vector_layer_memorylayer_valida_41034356,node_agent_mmd_orchestration_layer_orchestration_init_2a9c3ecb,node_agent_mmd_memory_vector_layer_memorylayer_init_m_333d02c5,node_agent_mmd_orchestration_layer_orchestration_proj_6ab6f60f,node_agent_mmd_memory_vector_layer_memorylayer_projec_3ae304d9,scaffold_diagram_templates_dd88e83c,node_agent_mmd_orchestration_layer_orchestration_scaf_12cc07db,node_agent_mmd_memory_vector_layer_memorylayer_scaffo_5fd73b94,node_agent_mmd_orchestration_layer_orchestration_scaf_c9a90c2f,node_agent_mmd_tool_layer_toollayer_scaffold_environm_c1afc013,node_agent_mmd_memory_vector_layer_memorylayer_scaffo_12b42341,scaffold_root_command_templates_404fed7f,scaffold_script_template_registry_69312d4e,scaffold_shell_templates_0ad0f915,scaffold_surfaces_12d6494e,node_agent_mmd_orchestration_layer_orchestration_scaf_ff8f92f6,node_agent_mmd_memory_vector_layer_memorylayer_scaffo_a86eece1,scaffold_workflow_template_92310587,eval_seed_5699fd3e,index_4_013aa0e3,review_context_1_e3afed15,memory_gate_1_265164ac,branch_enforcer_acb749cd,cli_args_2_81c58cf7,node_agent_mmd_tool_layer_toollayer_cli_cli_2_1_32d9eeaf,node_agent_mmd_memory_vector_layer_memorylayer_cli_cl_1f1f89ab,node_agent_mmd_tool_layer_toollayer_metrics_tracker_m_4c9237d8,node_agent_mmd_memory_vector_layer_memorylayer_metric_12562178,types_11_4be3ee64,validator_4_5180cf23,node_agent_mmd_orchestration_layer_orchestration_clas_899b821a,node_agent_mmd_memory_vector_layer_memorylayer_classi_1ebbf5ff,node_agent_mmd_orchestration_layer_orchestration_tool_cc43149f,node_agent_mmd_tool_layer_toollayer_tooling_baseline__61e66e9f,node_agent_mmd_memory_vector_layer_memorylayer_toolin_14f86b00,claim_helpers_20dc8387,types_16_0fae1112,local_memory_smoke_1175abfc,local_memory_0db17ecc,performance_overload_c685bfcf,node_agent_mmd_orchestration_layer_orchestration_sugg_85c5ebe3,node_agent_mmd_memory_vector_layer_memorylayer_sugges_267f408d,types_22_f3cf4a73,overload_guard_2748c559 memNode
+   class node_agent_mmd_llm_model_layer_llmlayer_check_steerin_a7dbbd2f,node_agent_mmd_tool_layer_toollayer_check_steering_fe_84ed22c2,node_agent_mmd_memory_vector_layer_memorylayer_check__d71f8993,normalize_workflow_contracts_8701f1c8,sync_codex_preflight_7e7a8dc2,test_harness_upgrade_matrix_84113c4e,validate_workflow_contracts_33dc063c,branch_protect_core_a8feb0fd,node_agent_mmd_tool_layer_toollayer_ci_migrate_core_c_049f8460,node_agent_mmd_memory_vector_layer_memorylayer_ci_mig_0cd5b1a4,context_health_80bb7da9,node_agent_mmd_llm_model_layer_llmlayer_context_conte_ad2dfbd9,node_agent_mmd_memory_vector_layer_memorylayer_contex_78ceaaa9,docs_gate_core_eb9b6c18,node_agent_mmd_llm_model_layer_llmlayer_index_context_1041bd11,node_agent_mmd_memory_vector_layer_memorylayer_index__6f3402d0,local_memory_preflight_dcc36c42,memory_gate_a577a506,pattern_scope_siblings_43abe000,review_context_ca6cf81d,node_agent_mmd_tool_layer_toollayer_review_gate_core__7704598b,node_agent_mmd_memory_vector_layer_memorylayer_review_5bee9816,node_agent_mmd_llm_model_layer_llmlayer_search_search_66b9a911,node_agent_mmd_memory_vector_layer_memorylayer_search_ac35cb7e,node_agent_mmd_orchestration_layer_orchestration_tool_acfe0c01,node_agent_mmd_memory_vector_layer_memorylayer_toolin_a1185b8f,run_local_memory_preflight_36e92808,branch_protect_sync_570adb18,node_agent_mmd_tool_layer_toollayer_command_capabilit_e97a4615,node_agent_mmd_memory_vector_layer_memorylayer_comman_c72a5d05,node_agent_mmd_orchestration_layer_orchestration_comm_1f8cc24c,node_agent_mmd_llm_model_layer_llmlayer_command_specs_782af9fa,node_agent_mmd_memory_vector_layer_memorylayer_comman_111eb454,local_memory_preflight_command_spec_9e23f3ce,memory_gate_command_spec_dc9001a9,review_gate_command_spec_3187376a,node_agent_mmd_llm_model_layer_llmlayer_constants_con_c9bd3f6c,node_agent_mmd_memory_vector_layer_memorylayer_consta_702d3f46,context_compact_policy_3dcaf95d,node_agent_mmd_llm_model_layer_llmlayer_index_index_1_02e160ff,node_agent_mmd_memory_vector_layer_memorylayer_index__752bc61e,node_agent_mmd_llm_model_layer_llmlayer_indexer_index_4f4deef5,node_agent_mmd_memory_vector_layer_memorylayer_indexe_93e6d86f,init_error_5c7dd49f,lexical_fallback_723e2b3e,node_agent_mmd_llm_model_layer_llmlayer_ollama_ollama_968b23fa,node_agent_mmd_memory_vector_layer_memorylayer_ollama_6d51be16,rollout_a4fa034c,sources_878a52fc,store_824d80d7,node_agent_mmd_llm_model_layer_llmlayer_sync_contract_9f3cc8c1,node_agent_mmd_memory_vector_layer_memorylayer_sync_c_e43418bc,types_4_822d0f88,harness_run_context_ac7c77a9,index_1_faebc14e,json_schema_core_96d7e328,node_agent_mmd_orchestration_layer_orchestration_poli_3270b55d,node_agent_mmd_tool_layer_toollayer_policy_validators_af136abf,node_agent_mmd_memory_vector_layer_memorylayer_policy_1944de42,node_agent_mmd_orchestration_layer_orchestration_type_7cf81261,node_agent_mmd_tool_layer_toollayer_types_core_types__6c8319b6,node_agent_mmd_memory_vector_layer_memorylayer_types__83f369fa,node_agent_mmd_orchestration_layer_orchestration_vali_d9fe99e6,node_agent_mmd_tool_layer_toollayer_validator_core_va_6ef6131f,node_agent_mmd_memory_vector_layer_memorylayer_valida_41034356,node_agent_mmd_orchestration_layer_orchestration_init_2a9c3ecb,node_agent_mmd_memory_vector_layer_memorylayer_init_m_333d02c5,node_agent_mmd_orchestration_layer_orchestration_proj_6ab6f60f,node_agent_mmd_memory_vector_layer_memorylayer_projec_3ae304d9,scaffold_diagram_templates_dd88e83c,node_agent_mmd_orchestration_layer_orchestration_scaf_12cc07db,node_agent_mmd_memory_vector_layer_memorylayer_scaffo_5fd73b94,node_agent_mmd_orchestration_layer_orchestration_scaf_c9a90c2f,node_agent_mmd_tool_layer_toollayer_scaffold_environm_c1afc013,node_agent_mmd_memory_vector_layer_memorylayer_scaffo_12b42341,scaffold_root_command_templates_404fed7f,scaffold_script_template_registry_69312d4e,scaffold_shell_templates_0ad0f915,scaffold_surfaces_12d6494e,node_agent_mmd_orchestration_layer_orchestration_scaf_ff8f92f6,node_agent_mmd_memory_vector_layer_memorylayer_scaffo_a86eece1,scaffold_workflow_template_92310587,eval_seed_5699fd3e,index_4_013aa0e3,review_context_1_e3afed15,memory_gate_1_265164ac,branch_enforcer_acb749cd,cli_args_2_81c58cf7,node_agent_mmd_tool_layer_toollayer_cli_cli_2_1_32d9eeaf,node_agent_mmd_memory_vector_layer_memorylayer_cli_cl_1f1f89ab,node_agent_mmd_tool_layer_toollayer_metrics_tracker_m_4c9237d8,node_agent_mmd_memory_vector_layer_memorylayer_metric_12562178,types_11_4be3ee64,validator_4_5180cf23,node_agent_mmd_orchestration_layer_orchestration_clas_899b821a,node_agent_mmd_memory_vector_layer_memorylayer_classi_1ebbf5ff,node_agent_mmd_orchestration_layer_orchestration_tool_cc43149f,node_agent_mmd_tool_layer_toollayer_tooling_baseline__61e66e9f,node_agent_mmd_memory_vector_layer_memorylayer_toolin_14f86b00,claim_helpers_20dc8387,types_16_0fae1112,local_memory_smoke_1175abfc,local_memory_0db17ecc,performance_overload_c685bfcf,node_agent_mmd_orchestration_layer_orchestration_sugg_85c5ebe3,node_agent_mmd_memory_vector_layer_memorylayer_sugges_267f408d,types_23_4352ee2e,overload_guard_2748c559 memNode
